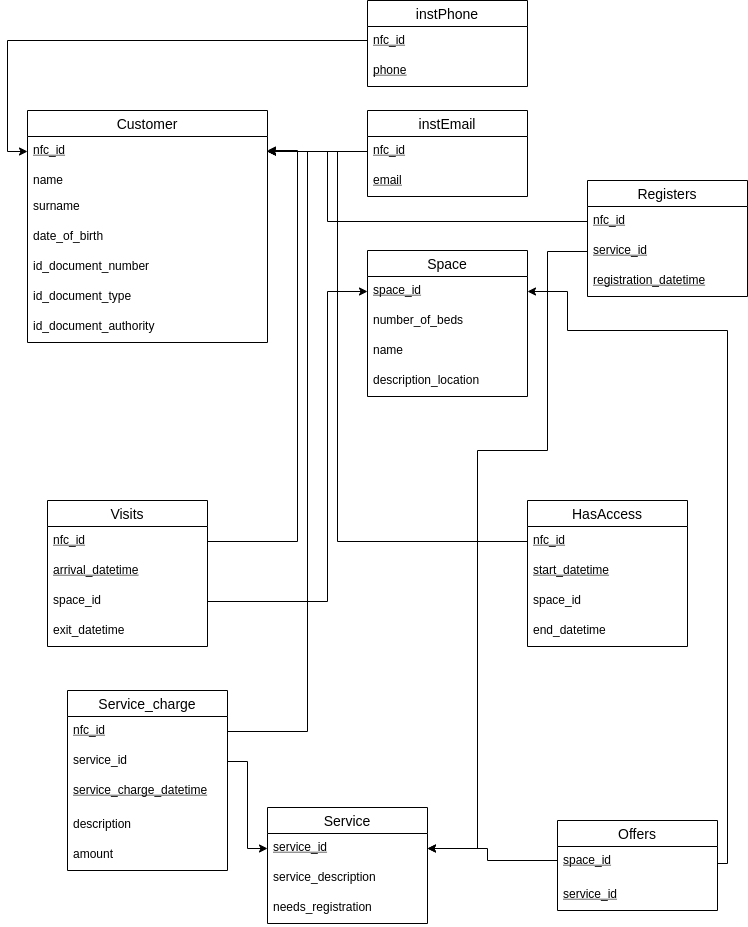
Above: report/relationalschema.png in iliaspap/dataBases (draw.io), before the change. Source tidied: cells renumbered, new cells last; positions are measured from the earlier drawing's top-left corner, leaving out a move shared by most shapes.
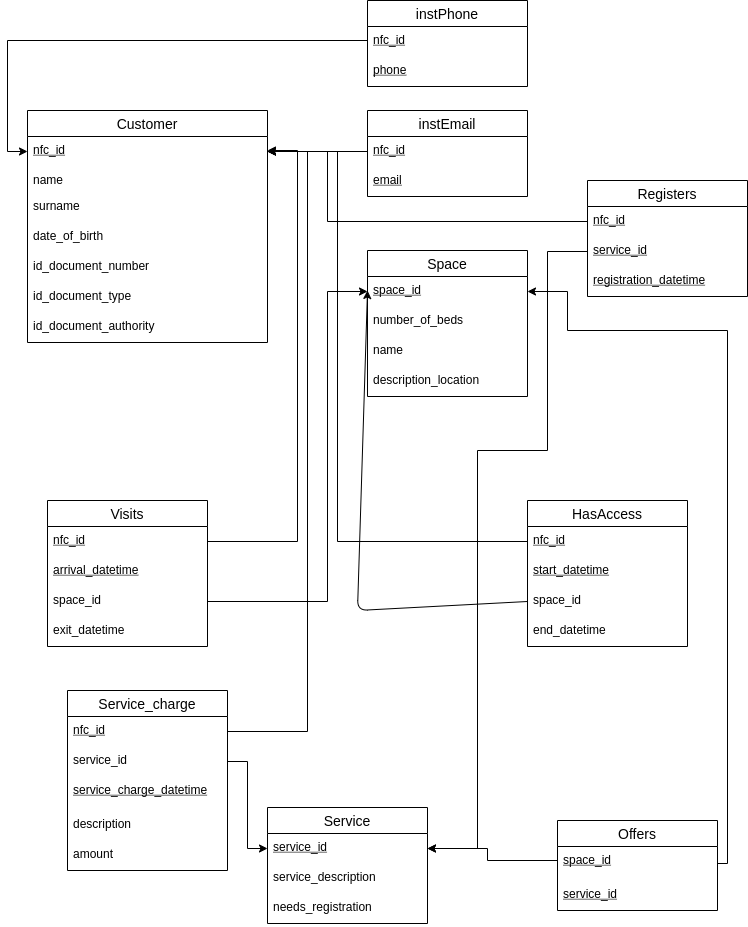
The same file after the commit.

The edit, as a diff of the source:
```diff
@@ -225,5 +225,13 @@
     <mxCell id="58" style="edgeStyle=orthogonalEdgeStyle;rounded=0;jettySize=auto;html=1;exitX=1;exitY=0.5;exitDx=0;exitDy=0;entryX=0;entryY=0.5;entryDx=0;entryDy=0;" parent="1" edge="1" source="53" target="36">
       <mxGeometry relative="1" as="geometry" />
     </mxCell>
+    <mxCell id="59" style="endArrow=classic;html=1;exitX=0;exitY=0.5;exitDx=0;exitDy=0;" parent="1" edge="1" source="33">
+      <mxGeometry relative="1" as="geometry">
+        <mxPoint x="360" y="290" as="targetPoint" />
+        <Array as="points">
+          <mxPoint x="350" y="610" />
+        </Array>
+      </mxGeometry>
+    </mxCell>
   </root>
 </mxGraphModel>
```
